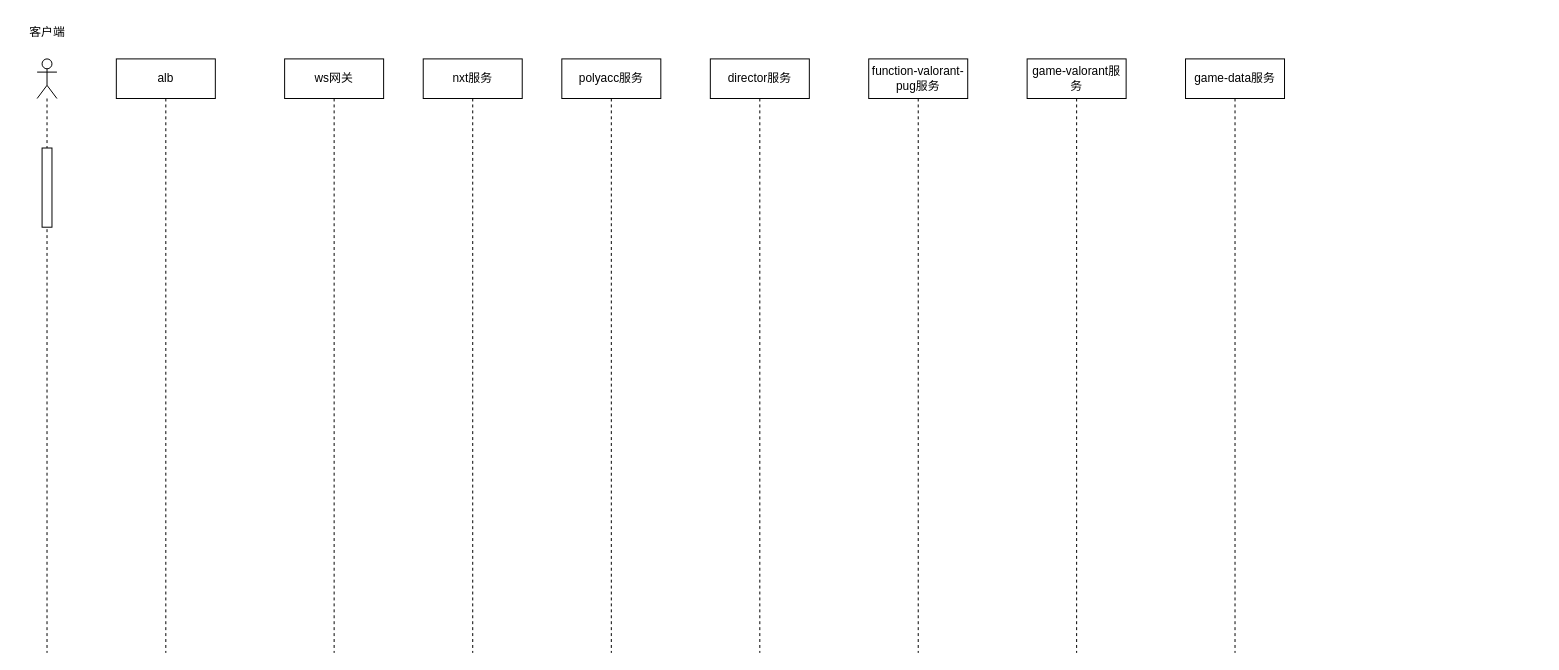
This is 未命名绘图.drawio from haozhi-ly/test, a draw.io file, before an edit. Source tidied: cells renumbered, new cells numbered last; positions are measured from the earlier drawing's top-left corner, leaving out a move shared by most shapes. Both pictures are drawn from the tidied source at 99%, with x=0, y=0 at pixel (17, 17).
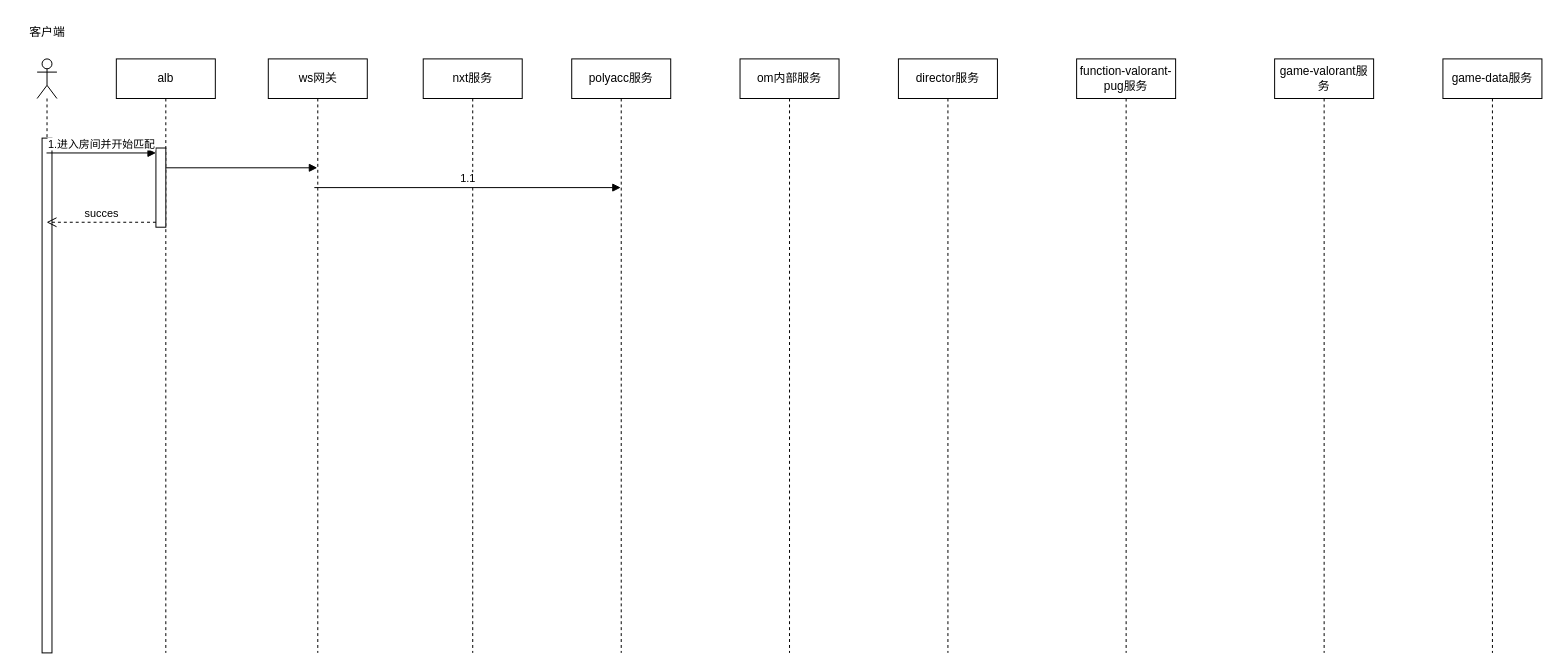
After the change.

Commit message:
更新未命名绘图.drawio

The change refers to these unchanged cells:
```xml
<mxCell id="2" style="shape=umlLifeline;perimeter=lifelinePerimeter;whiteSpace=wrap;html=1;outlineConnect=0;portConstraint=eastwest;newEdgeStyle={&quot;curved&quot;:0,&quot;rounded&quot;:0};participant=umlActor;" parent="1" vertex="1">
  <mxGeometry x="20" y="42" width="20" height="600" as="geometry" />
</mxCell>
<mxCell id="5" value="alb" style="shape=umlLifeline;perimeter=lifelinePerimeter;whiteSpace=wrap;html=1;newEdgeStyle={&quot;curved&quot;:0,&quot;rounded&quot;:0};" parent="1" vertex="1">
  <mxGeometry x="100" y="42" width="100" height="600" as="geometry" />
</mxCell>
```

Diff of the diagram source:
```diff
@@
     <mxCell id="3" style="html=1;perimeter=orthogonalPerimeter;targetShapes=umlLifeline;newEdgeStyle={&quot;curved&quot;:0,&quot;rounded&quot;:0};" parent="2" vertex="1">
-      <mxGeometry x="5" y="90" width="10" height="80" as="geometry" />
+      <mxGeometry x="5" y="80" width="10" height="520" as="geometry" />
     </mxCell>
@@
+    <mxCell id="13" style="html=1;points=[[0,0,0,0,5],[0,1,0,0,-5],[1,0,0,0,5],[1,1,0,0,-5]];perimeter=orthogonalPerimeter;outlineConnect=0;targetShapes=umlLifeline;portConstraint=eastwest;newEdgeStyle={&quot;curved&quot;:0,&quot;rounded&quot;:0};" parent="5" vertex="1">
+      <mxGeometry x="40" y="90" width="10" height="80" as="geometry" />
+    </mxCell>
     <mxCell id="6" value="ws网关" style="shape=umlLifeline;perimeter=lifelinePerimeter;whiteSpace=wrap;html=1;newEdgeStyle={&quot;curved&quot;:0,&quot;rounded&quot;:0};" parent="1" vertex="1">
-      <mxGeometry x="270" y="42" width="100" height="600" as="geometry" />
+      <mxGeometry x="253.5" y="42" width="100" height="600" as="geometry" />
     </mxCell>
     <mxCell id="7" value="&lt;span style=&quot;white-space-collapse: preserve; background-color: transparent; color: light-dark(rgb(0, 0, 0), rgb(255, 255, 255));&quot;&gt;polyacc&lt;/span&gt;服务" style="shape=umlLifeline;perimeter=lifelinePerimeter;whiteSpace=wrap;html=1;outlineConnect=0;portConstraint=eastwest;newEdgeStyle={&quot;curved&quot;:0,&quot;rounded&quot;:0};" parent="1" vertex="1">
-      <mxGeometry x="550" y="42" width="100" height="600" as="geometry" />
+      <mxGeometry x="560" y="42" width="100" height="600" as="geometry" />
     </mxCell>
     <mxCell id="8" value="&lt;span style=&quot;white-space-collapse: preserve;&quot;&gt;director服务&lt;/span&gt;" style="shape=umlLifeline;perimeter=lifelinePerimeter;whiteSpace=wrap;html=1;newEdgeStyle={&quot;curved&quot;:0,&quot;rounded&quot;:0};" parent="1" vertex="1">
-      <mxGeometry x="700" y="42" width="100" height="600" as="geometry" />
+      <mxGeometry x="890" y="42" width="100" height="600" as="geometry" />
     </mxCell>
     <mxCell id="9" value="&lt;div style=&quot;white-space-collapse: preserve;&quot;&gt;function-valorant-pug服务&lt;/div&gt;" style="shape=umlLifeline;perimeter=lifelinePerimeter;whiteSpace=wrap;html=1;newEdgeStyle={&quot;curved&quot;:0,&quot;rounded&quot;:0};" parent="1" vertex="1">
-      <mxGeometry x="860" y="42" width="100" height="600" as="geometry" />
+      <mxGeometry x="1070" y="42" width="100" height="600" as="geometry" />
     </mxCell>
     <mxCell id="10" value="&lt;div style=&quot;white-space-collapse: preserve;&quot;&gt;&lt;span style=&quot;background-color: transparent; color: light-dark(rgb(0, 0, 0), rgb(255, 255, 255));&quot;&gt;game-valorant&lt;/span&gt;服务&lt;/div&gt;" style="shape=umlLifeline;perimeter=lifelinePerimeter;whiteSpace=wrap;html=1;newEdgeStyle={&quot;curved&quot;:0,&quot;rounded&quot;:0};" parent="1" vertex="1">
-      <mxGeometry x="1020" y="42" width="100" height="600" as="geometry" />
+      <mxGeometry x="1270" y="42" width="100" height="600" as="geometry" />
     </mxCell>
@@
     <mxCell id="12" value="&lt;div style=&quot;white-space-collapse: preserve;&quot;&gt;&lt;span style=&quot;background-color: transparent; color: light-dark(rgb(0, 0, 0), rgb(255, 255, 255));&quot;&gt;game-data&lt;/span&gt;服务&lt;/div&gt;" style="shape=umlLifeline;perimeter=lifelinePerimeter;whiteSpace=wrap;html=1;newEdgeStyle={&quot;curved&quot;:0,&quot;rounded&quot;:0};" parent="1" vertex="1">
-      <mxGeometry x="1180" y="42" width="100" height="600" as="geometry" />
+      <mxGeometry x="1440" y="42" width="100" height="600" as="geometry" />
     </mxCell>
+    <mxCell id="14" value="1.进入房间并开始匹配" style="html=1;verticalAlign=bottom;endArrow=block;curved=0;rounded=0;entryX=0;entryY=0;entryDx=0;entryDy=5;" parent="1" edge="1" source="2" target="13">
+      <mxGeometry relative="1" as="geometry" />
+    </mxCell>
+    <mxCell id="15" value="succes" style="html=1;verticalAlign=bottom;endArrow=open;dashed=1;endSize=8;curved=0;rounded=0;exitX=0;exitY=1;exitDx=0;exitDy=-5;" parent="1" edge="1" source="13" target="2">
+      <mxGeometry relative="1" as="geometry" />
+    </mxCell>
+    <mxCell id="16" value="&lt;span style=&quot;white-space-collapse: preserve;&quot;&gt;om内部服务&lt;/span&gt;" style="shape=umlLifeline;perimeter=lifelinePerimeter;whiteSpace=wrap;html=1;newEdgeStyle={&quot;curved&quot;:0,&quot;rounded&quot;:0};" parent="1" vertex="1">
+      <mxGeometry x="730" y="42" width="100" height="600" as="geometry" />
+    </mxCell>
+    <mxCell id="17" style="html=1;verticalAlign=bottom;endArrow=block;curved=0;rounded=0;" parent="1" edge="1">
+      <mxGeometry relative="1" as="geometry">
+        <mxPoint x="150" y="152" as="sourcePoint" />
+        <mxPoint x="303" y="152" as="targetPoint" />
+      </mxGeometry>
+    </mxCell>
+    <mxCell id="18" value="1.1" style="html=1;verticalAlign=bottom;endArrow=block;curved=0;rounded=0;" parent="1" edge="1" target="7">
+      <mxGeometry relative="1" as="geometry">
+        <mxPoint x="300" y="172" as="sourcePoint" />
+      </mxGeometry>
+    </mxCell>
```
